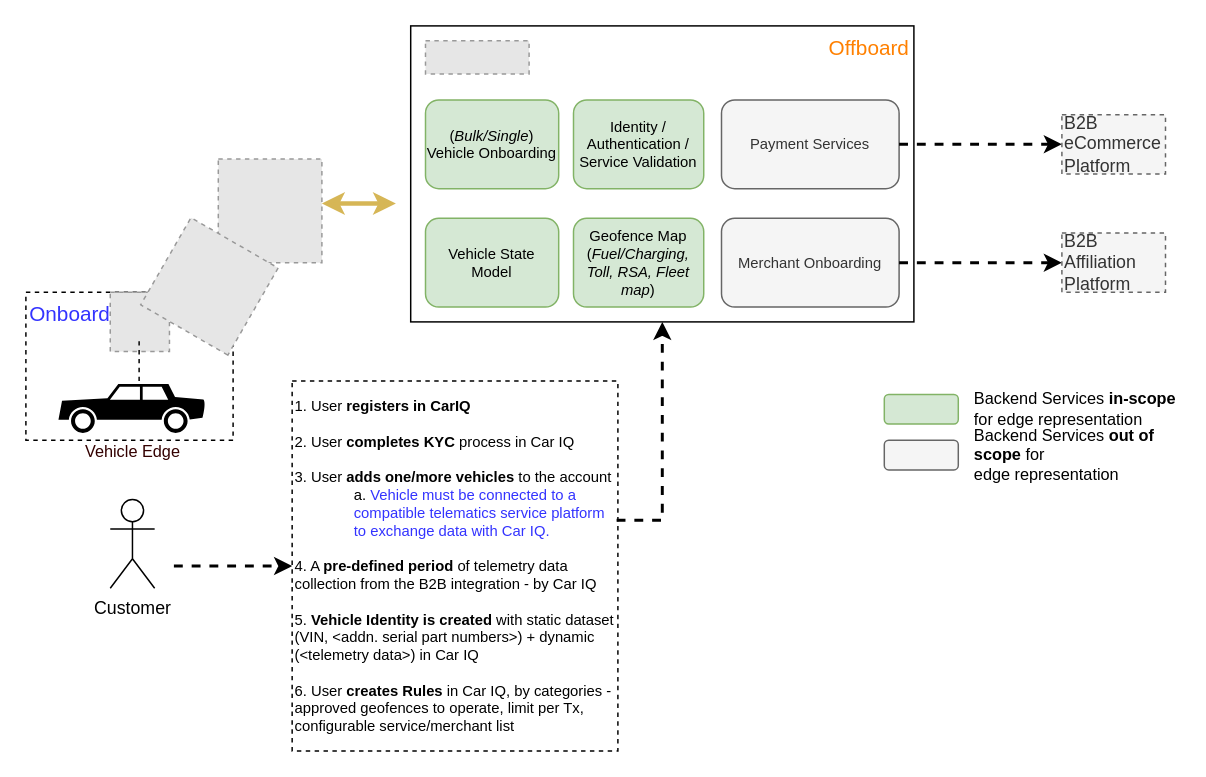
subhachat/CodeKata keeps this draw.io diagram as page "Page-1" (1 of 5) of src/main/resources/CarIQ_IVY_Uase_Cases.drawio. Above is the earlier version. Source tidied: cells renumbered, new cells numbered last; positions are measured from the earlier drawing's top-left corner, leaving out a move shared by most shapes. Both pictures are drawn from the tidied source at 148%, with x=0, y=0 at pixel (25, 25). Pictures stored in the file or linked from it are replaced by grey dashed boxes.
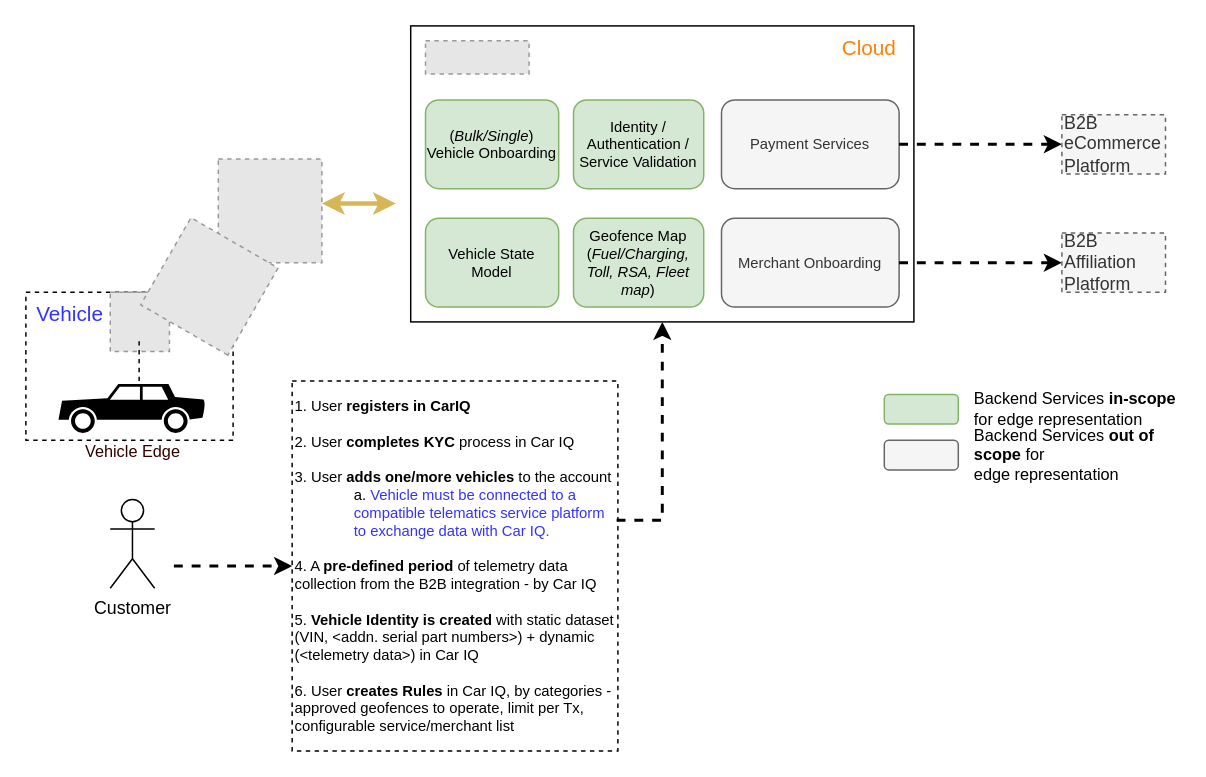
After the change.

What changed in the source:
```diff
@@
-    <mxCell id="29" value="Onboard" style="text;html=1;strokeColor=none;fillColor=none;align=center;verticalAlign=middle;whiteSpace=wrap;rounded=0;dashed=1;fontSize=14;fontColor=#3333FF;" parent="1" vertex="1">
+    <mxCell id="29" value="Vehicle" style="text;html=1;strokeColor=none;fillColor=none;align=center;verticalAlign=middle;whiteSpace=wrap;rounded=0;dashed=1;fontSize=14;fontColor=#3333FF;" parent="1" vertex="1">
       <mxGeometry y="180" width="60" height="30" as="geometry" />
     </mxCell>
-    <mxCell id="30" value="Offboard" style="text;html=1;strokeColor=none;fillColor=none;align=center;verticalAlign=middle;whiteSpace=wrap;rounded=0;dashed=1;fontSize=14;fontColor=#FF8000;" parent="1" vertex="1">
+    <mxCell id="30" value="Cloud" style="text;html=1;strokeColor=none;fillColor=none;align=center;verticalAlign=middle;whiteSpace=wrap;rounded=0;dashed=1;fontSize=14;fontColor=#FF8000;" parent="1" vertex="1">
       <mxGeometry x="540" width="60" height="30" as="geometry" />
     </mxCell>
```
